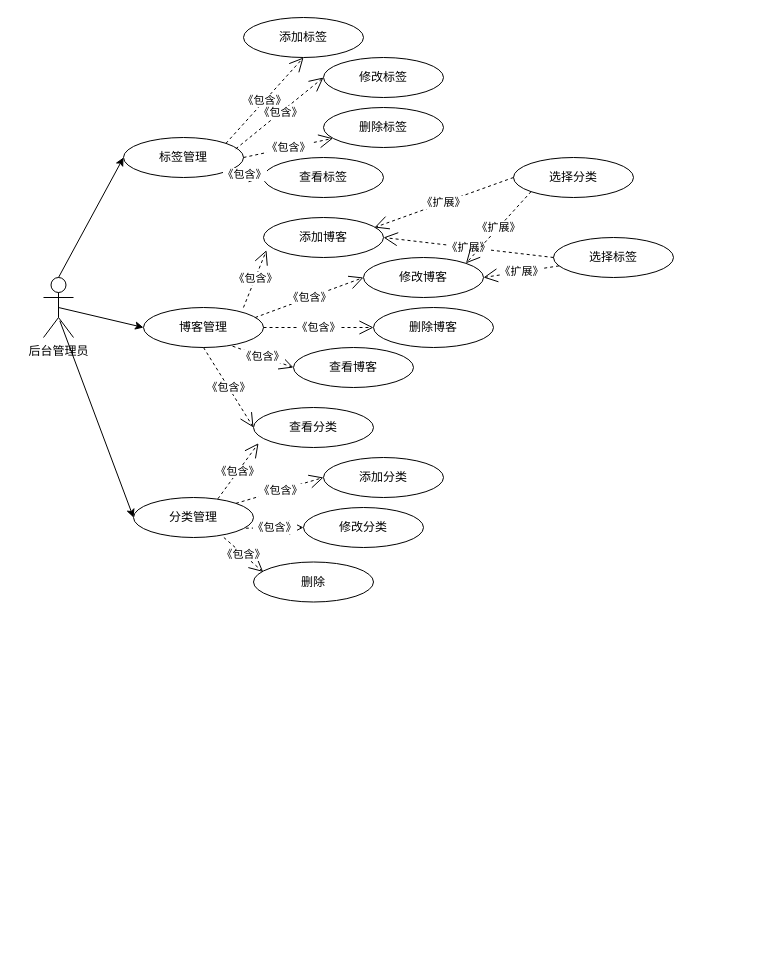
Before: 后台博客管理功能用例图.drawio in zyl-2000/draw, a draw.io diagram. Source tidied: cells renumbered, new cells numbered last; positions are measured from the earlier drawing's top-left corner, leaving out a move shared by most shapes. Both pictures are drawn from the tidied source at 100%, with x=0, y=0 at pixel (43, 17).
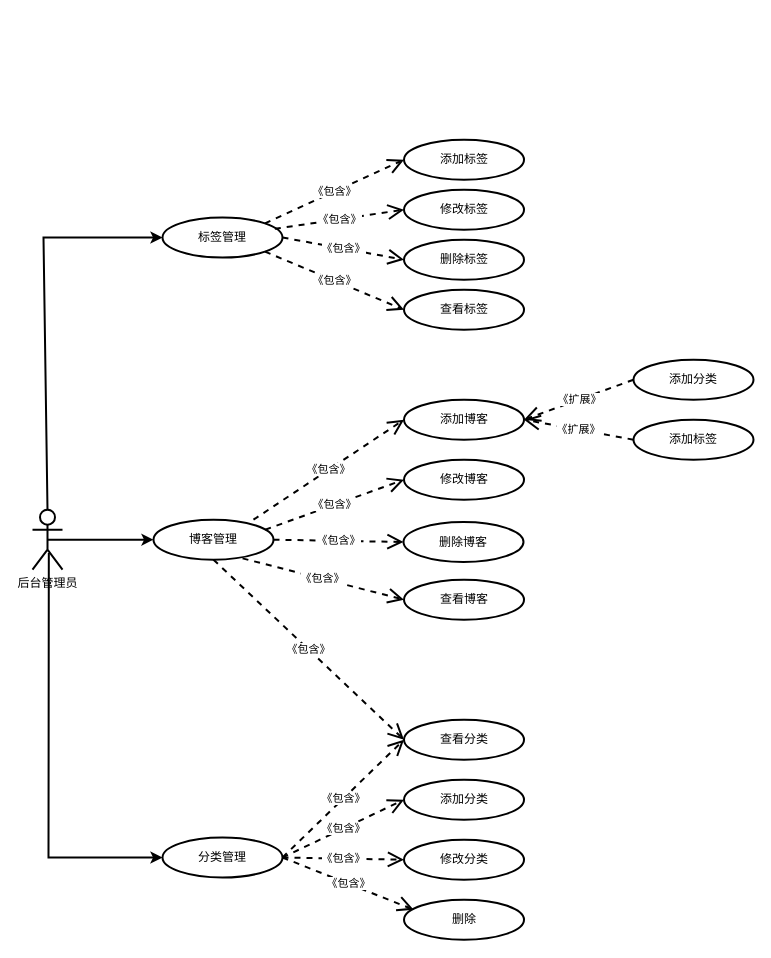
The same diagram, later.

Commit message:
更新后台博客管理功能用例图.drawio

The edit, as a diff of the source:
```diff
@@
-    <mxCell id="2" value="后台管理员" style="shape=umlActor;verticalLabelPosition=bottom;verticalAlign=top;html=1;" parent="1" vertex="1">
-      <mxGeometry y="260" width="30" height="60" as="geometry" />
+    <mxCell id="2" value="后台管理员" style="shape=umlActor;verticalLabelPosition=bottom;verticalAlign=top;html=1;strokeWidth=2;" parent="1" vertex="1">
+      <mxGeometry x="-11" y="492.2" width="30" height="60" as="geometry" />
     </mxCell>
-    <mxCell id="3" value="标签管理" style="ellipse;whiteSpace=wrap;html=1;" parent="1" vertex="1">
-      <mxGeometry x="80" y="120" width="120" height="40" as="geometry" />
+    <mxCell id="3" value="标签管理" style="ellipse;whiteSpace=wrap;html=1;strokeWidth=2;" parent="1" vertex="1">
+      <mxGeometry x="119" y="200" width="120" height="40" as="geometry" />
     </mxCell>
-    <mxCell id="4" value="分类管理" style="ellipse;whiteSpace=wrap;html=1;" parent="1" vertex="1">
-      <mxGeometry x="90" y="480" width="120" height="40" as="geometry" />
+    <mxCell id="4" value="分类管理" style="ellipse;whiteSpace=wrap;html=1;strokeWidth=2;" parent="1" vertex="1">
+      <mxGeometry x="119" y="820" width="120" height="40" as="geometry" />
     </mxCell>
-    <mxCell id="5" value="博客管理" style="ellipse;whiteSpace=wrap;html=1;" parent="1" vertex="1">
-      <mxGeometry x="100" y="290" width="120" height="40" as="geometry" />
+    <mxCell id="5" value="博客管理" style="ellipse;whiteSpace=wrap;html=1;strokeWidth=2;" parent="1" vertex="1">
+      <mxGeometry x="110" y="502.2" width="120" height="40" as="geometry" />
     </mxCell>
-    <mxCell id="6" value="删除标签" style="ellipse;whiteSpace=wrap;html=1;" parent="1" vertex="1">
-      <mxGeometry x="280" y="90" width="120" height="40" as="geometry" />
+    <mxCell id="6" value="删除标签" style="ellipse;whiteSpace=wrap;html=1;strokeWidth=2;" parent="1" vertex="1">
+      <mxGeometry x="360.5" y="222.2" width="120" height="40" as="geometry" />
     </mxCell>
-    <mxCell id="7" value="修改标签" style="ellipse;whiteSpace=wrap;html=1;" parent="1" vertex="1">
-      <mxGeometry x="280" y="40" width="120" height="40" as="geometry" />
+    <mxCell id="7" value="修改标签" style="ellipse;whiteSpace=wrap;html=1;strokeWidth=2;" parent="1" vertex="1">
+      <mxGeometry x="360.5" y="172.2" width="120" height="40" as="geometry" />
     </mxCell>
-    <mxCell id="8" value="添加标签" style="ellipse;whiteSpace=wrap;html=1;" parent="1" vertex="1">
-      <mxGeometry x="200" width="120" height="40" as="geometry" />
+    <mxCell id="8" value="添加标签" style="ellipse;whiteSpace=wrap;html=1;strokeWidth=2;" parent="1" vertex="1">
+      <mxGeometry x="360.5" y="122.2" width="120" height="40" as="geometry" />
     </mxCell>
-    <mxCell id="9" value="《包含》" style="endArrow=open;endSize=12;dashed=1;html=1;rounded=0;exitX=1;exitY=0;exitDx=0;exitDy=0;entryX=0.5;entryY=1;entryDx=0;entryDy=0;" parent="1" edge="1" source="3" target="8">
+    <mxCell id="9" value="《包含》" style="endArrow=open;endSize=12;dashed=1;html=1;rounded=0;exitX=1;exitY=0;exitDx=0;exitDy=0;entryX=0;entryY=0.5;entryDx=0;entryDy=0;strokeWidth=2;" parent="1" edge="1" source="3" target="8">
       <mxGeometry relative="1" as="geometry" />
     </mxCell>
-    <mxCell id="10" value="《包含》" style="endArrow=open;endSize=12;dashed=1;html=1;rounded=0;exitX=0.936;exitY=0.283;exitDx=0;exitDy=0;entryX=0;entryY=0.5;entryDx=0;entryDy=0;exitPerimeter=0;" parent="1" edge="1" source="3" target="7">
+    <mxCell id="10" value="《包含》" style="endArrow=open;endSize=12;dashed=1;html=1;rounded=0;exitX=0.936;exitY=0.283;exitDx=0;exitDy=0;entryX=0;entryY=0.5;entryDx=0;entryDy=0;exitPerimeter=0;strokeWidth=2;" parent="1" edge="1" source="3" target="7">
       <mxGeometry relative="1" as="geometry" />
     </mxCell>
-    <mxCell id="11" value="《包含》" style="endArrow=open;endSize=12;dashed=1;html=1;rounded=0;exitX=1;exitY=0.5;exitDx=0;exitDy=0;" parent="1" edge="1" source="3" target="6">
+    <mxCell id="11" value="《包含》" style="endArrow=open;endSize=12;dashed=1;html=1;rounded=0;exitX=1;exitY=0.5;exitDx=0;exitDy=0;entryX=0;entryY=0.5;entryDx=0;entryDy=0;strokeWidth=2;" parent="1" edge="1" source="3" target="6">
       <mxGeometry relative="1" as="geometry" />
     </mxCell>
-    <mxCell id="12" value="添加博客" style="ellipse;whiteSpace=wrap;html=1;" parent="1" vertex="1">
-      <mxGeometry x="220" y="200" width="120" height="40" as="geometry" />
+    <mxCell id="12" value="添加博客" style="ellipse;whiteSpace=wrap;html=1;strokeWidth=2;" parent="1" vertex="1">
+      <mxGeometry x="360.5" y="382.2" width="120" height="40" as="geometry" />
     </mxCell>
-    <mxCell id="13" value="修改博客" style="ellipse;whiteSpace=wrap;html=1;" parent="1" vertex="1">
-      <mxGeometry x="320" y="240" width="120" height="40" as="geometry" />
+    <mxCell id="13" value="修改博客" style="ellipse;whiteSpace=wrap;html=1;strokeWidth=2;" parent="1" vertex="1">
+      <mxGeometry x="360.5" y="442.2" width="120" height="40" as="geometry" />
     </mxCell>
-    <mxCell id="14" value="删除博客" style="ellipse;whiteSpace=wrap;html=1;" parent="1" vertex="1">
-      <mxGeometry x="330" y="290" width="120" height="40" as="geometry" />
+    <mxCell id="14" value="删除博客" style="ellipse;whiteSpace=wrap;html=1;strokeWidth=2;" parent="1" vertex="1">
+      <mxGeometry x="360" y="504.5" width="120" height="40" as="geometry" />
     </mxCell>
-    <mxCell id="15" value="查看分类" style="ellipse;whiteSpace=wrap;html=1;" parent="1" vertex="1">
-      <mxGeometry x="210" y="390" width="120" height="40" as="geometry" />
+    <mxCell id="15" value="查看分类" style="ellipse;whiteSpace=wrap;html=1;strokeWidth=2;" parent="1" vertex="1">
+      <mxGeometry x="360.5" y="702.2" width="120" height="40" as="geometry" />
     </mxCell>
-    <mxCell id="16" value="添加分类" style="ellipse;whiteSpace=wrap;html=1;" parent="1" vertex="1">
-      <mxGeometry x="280" y="440" width="120" height="40" as="geometry" />
+    <mxCell id="16" value="添加分类" style="ellipse;whiteSpace=wrap;html=1;strokeWidth=2;" parent="1" vertex="1">
+      <mxGeometry x="360.5" y="762.2" width="120" height="40" as="geometry" />
     </mxCell>
-    <mxCell id="17" value="修改分类" style="ellipse;whiteSpace=wrap;html=1;" parent="1" vertex="1">
-      <mxGeometry x="260" y="490" width="120" height="40" as="geometry" />
+    <mxCell id="17" value="修改分类" style="ellipse;whiteSpace=wrap;html=1;strokeWidth=2;" parent="1" vertex="1">
+      <mxGeometry x="360.5" y="822.2" width="120" height="40" as="geometry" />
     </mxCell>
-    <mxCell id="18" value="删除" style="ellipse;whiteSpace=wrap;html=1;" parent="1" vertex="1">
-      <mxGeometry x="210" y="544.5" width="120" height="40" as="geometry" />
+    <mxCell id="18" value="删除" style="ellipse;whiteSpace=wrap;html=1;strokeWidth=2;" parent="1" vertex="1">
+      <mxGeometry x="360.5" y="882.2" width="120" height="40" as="geometry" />
     </mxCell>
-    <mxCell id="19" value="查看标签" style="ellipse;whiteSpace=wrap;html=1;" parent="1" vertex="1">
-      <mxGeometry x="220" y="140" width="120" height="40" as="geometry" />
+    <mxCell id="19" value="查看标签" style="ellipse;whiteSpace=wrap;html=1;strokeWidth=2;" parent="1" vertex="1">
+      <mxGeometry x="360.5" y="272.2" width="120" height="40" as="geometry" />
     </mxCell>
-    <mxCell id="20" value="《包含》" style="endArrow=open;endSize=12;dashed=1;html=1;rounded=0;exitX=1;exitY=1;exitDx=0;exitDy=0;entryX=0;entryY=0.5;entryDx=0;entryDy=0;" parent="1" edge="1" source="3" target="19">
+    <mxCell id="20" value="《包含》" style="endArrow=open;endSize=12;dashed=1;html=1;rounded=0;exitX=1;exitY=1;exitDx=0;exitDy=0;entryX=0;entryY=0.5;entryDx=0;entryDy=0;strokeWidth=2;" parent="1" edge="1" source="3" target="19">
       <mxGeometry relative="1" as="geometry" />
     </mxCell>
-    <mxCell id="21" value="查看博客" style="ellipse;whiteSpace=wrap;html=1;" parent="1" vertex="1">
-      <mxGeometry x="250" y="330" width="120" height="40" as="geometry" />
+    <mxCell id="21" value="查看博客" style="ellipse;whiteSpace=wrap;html=1;strokeWidth=2;" parent="1" vertex="1">
+      <mxGeometry x="360.5" y="562.2" width="120" height="40" as="geometry" />
     </mxCell>
-    <mxCell id="22" value="《包含》" style="endArrow=open;endSize=12;dashed=1;html=1;rounded=0;exitX=0.833;exitY=0;exitDx=0;exitDy=0;entryX=0.025;entryY=0.817;entryDx=0;entryDy=0;entryPerimeter=0;exitPerimeter=0;" parent="1" edge="1" source="5" target="12">
+    <mxCell id="22" value="《包含》" style="endArrow=open;endSize=12;dashed=1;html=1;rounded=0;exitX=0.833;exitY=0;exitDx=0;exitDy=0;entryX=0;entryY=0.5;entryDx=0;entryDy=0;exitPerimeter=0;strokeWidth=2;" parent="1" edge="1" source="5" target="12">
       <mxGeometry relative="1" as="geometry" />
     </mxCell>
-    <mxCell id="23" value="《包含》" style="endArrow=open;endSize=12;dashed=1;html=1;rounded=0;exitX=0.931;exitY=0.25;exitDx=0;exitDy=0;entryX=0;entryY=0.5;entryDx=0;entryDy=0;exitPerimeter=0;" parent="1" edge="1" source="5" target="13">
+    <mxCell id="23" value="《包含》" style="endArrow=open;endSize=12;dashed=1;html=1;rounded=0;exitX=0.931;exitY=0.25;exitDx=0;exitDy=0;entryX=0;entryY=0.5;entryDx=0;entryDy=0;exitPerimeter=0;strokeWidth=2;" parent="1" edge="1" source="5" target="13">
       <mxGeometry relative="1" as="geometry" />
     </mxCell>
-    <mxCell id="24" value="《包含》" style="endArrow=open;endSize=12;dashed=1;html=1;rounded=0;entryX=0;entryY=0.5;entryDx=0;entryDy=0;exitX=1;exitY=0.5;exitDx=0;exitDy=0;" parent="1" edge="1" source="5" target="14">
+    <mxCell id="24" value="《包含》" style="endArrow=open;endSize=12;dashed=1;html=1;rounded=0;entryX=0;entryY=0.5;entryDx=0;entryDy=0;exitX=1;exitY=0.5;exitDx=0;exitDy=0;strokeWidth=2;" parent="1" edge="1" source="5" target="14">
       <mxGeometry relative="1" as="geometry" />
     </mxCell>
-    <mxCell id="25" value="《包含》" style="endArrow=open;endSize=12;dashed=1;html=1;rounded=0;exitX=0.742;exitY=0.967;exitDx=0;exitDy=0;entryX=0;entryY=0.5;entryDx=0;entryDy=0;exitPerimeter=0;" parent="1" edge="1" source="5" target="21">
+    <mxCell id="25" value="《包含》" style="endArrow=open;endSize=12;dashed=1;html=1;rounded=0;exitX=0.742;exitY=0.967;exitDx=0;exitDy=0;entryX=0;entryY=0.5;entryDx=0;entryDy=0;exitPerimeter=0;strokeWidth=2;" parent="1" edge="1" source="5" target="21">
       <mxGeometry relative="1" as="geometry" />
     </mxCell>
-    <mxCell id="26" value="《包含》" style="endArrow=open;endSize=12;dashed=1;html=1;rounded=0;exitX=0.5;exitY=1;exitDx=0;exitDy=0;entryX=0;entryY=0.5;entryDx=0;entryDy=0;" parent="1" edge="1" source="5" target="15">
+    <mxCell id="26" value="《包含》" style="endArrow=open;endSize=12;dashed=1;html=1;rounded=0;exitX=0.5;exitY=1;exitDx=0;exitDy=0;entryX=0;entryY=0.5;entryDx=0;entryDy=0;strokeWidth=2;" parent="1" edge="1" source="5" target="15">
       <mxGeometry relative="1" as="geometry" />
     </mxCell>
-    <mxCell id="27" value="《包含》" style="endArrow=open;endSize=12;dashed=1;html=1;rounded=0;exitX=0.753;exitY=1;exitDx=0;exitDy=0;entryX=0.081;entryY=0.25;entryDx=0;entryDy=0;entryPerimeter=0;exitPerimeter=0;" parent="1" edge="1" source="4" target="18">
+    <mxCell id="27" value="《包含》" style="endArrow=open;endSize=12;dashed=1;html=1;rounded=0;exitX=1;exitY=0.5;exitDx=0;exitDy=0;entryX=0.081;entryY=0.25;entryDx=0;entryDy=0;entryPerimeter=0;strokeWidth=2;" parent="1" edge="1" source="4" target="18">
       <mxGeometry relative="1" as="geometry" />
     </mxCell>
-    <mxCell id="28" value="《包含》" style="endArrow=open;endSize=12;dashed=1;html=1;rounded=0;exitX=0.936;exitY=0.767;exitDx=0;exitDy=0;entryX=0;entryY=0.5;entryDx=0;entryDy=0;exitPerimeter=0;" parent="1" edge="1" source="4" target="17">
+    <mxCell id="28" value="《包含》" style="endArrow=open;endSize=12;dashed=1;html=1;rounded=0;exitX=1;exitY=0.5;exitDx=0;exitDy=0;entryX=0;entryY=0.5;entryDx=0;entryDy=0;strokeWidth=2;" parent="1" edge="1" source="4" target="17">
       <mxGeometry relative="1" as="geometry" />
     </mxCell>
-    <mxCell id="29" value="《包含》" style="endArrow=open;endSize=12;dashed=1;html=1;rounded=0;exitX=1;exitY=0;exitDx=0;exitDy=0;entryX=0;entryY=0.5;entryDx=0;entryDy=0;" parent="1" edge="1" source="4" target="16">
+    <mxCell id="29" value="《包含》" style="endArrow=open;endSize=12;dashed=1;html=1;rounded=0;exitX=1;exitY=0.5;exitDx=0;exitDy=0;entryX=0;entryY=0.5;entryDx=0;entryDy=0;strokeWidth=2;" parent="1" edge="1" source="4" target="16">
       <mxGeometry relative="1" as="geometry" />
     </mxCell>
-    <mxCell id="30" value="《包含》" style="endArrow=open;endSize=12;dashed=1;html=1;rounded=0;exitX=0.703;exitY=0.033;exitDx=0;exitDy=0;entryX=0.042;entryY=0.892;entryDx=0;entryDy=0;entryPerimeter=0;exitPerimeter=0;" parent="1" edge="1" source="4" target="15">
+    <mxCell id="30" value="《包含》" style="endArrow=open;endSize=12;dashed=1;html=1;rounded=0;exitX=1;exitY=0.5;exitDx=0;exitDy=0;entryX=0;entryY=0.5;entryDx=0;entryDy=0;strokeWidth=2;" parent="1" edge="1" source="4" target="15">
       <mxGeometry relative="1" as="geometry" />
     </mxCell>
-    <mxCell id="31" value="选择标签" style="ellipse;whiteSpace=wrap;html=1;" parent="1" vertex="1">
-      <mxGeometry x="510" y="220" width="120" height="40" as="geometry" />
+    <mxCell id="31" value="添加标签" style="ellipse;whiteSpace=wrap;html=1;strokeWidth=2;" parent="1" vertex="1">
+      <mxGeometry x="590" y="402.2" width="120" height="40" as="geometry" />
     </mxCell>
-    <mxCell id="32" value="选择分类" style="ellipse;whiteSpace=wrap;html=1;" parent="1" vertex="1">
-      <mxGeometry x="470" y="140" width="120" height="40" as="geometry" />
+    <mxCell id="32" value="添加分类" style="ellipse;whiteSpace=wrap;html=1;strokeWidth=2;" parent="1" vertex="1">
+      <mxGeometry x="590" y="342.2" width="120" height="40" as="geometry" />
     </mxCell>
-    <mxCell id="33" value="《扩展》" style="endArrow=open;endSize=12;dashed=1;html=1;rounded=0;exitX=0;exitY=0.5;exitDx=0;exitDy=0;entryX=0.925;entryY=0.25;entryDx=0;entryDy=0;entryPerimeter=0;" parent="1" edge="1" source="32" target="12">
+    <mxCell id="33" value="《扩展》" style="endArrow=open;endSize=12;dashed=1;html=1;rounded=0;exitX=0;exitY=0.5;exitDx=0;exitDy=0;entryX=1;entryY=0.5;entryDx=0;entryDy=0;strokeWidth=2;" parent="1" edge="1" source="32" target="12">
       <mxGeometry relative="1" as="geometry" />
     </mxCell>
-    <mxCell id="34" value="《扩展》" style="endArrow=open;endSize=12;dashed=1;html=1;rounded=0;exitX=0;exitY=0.5;exitDx=0;exitDy=0;entryX=1;entryY=0.5;entryDx=0;entryDy=0;" parent="1" edge="1" source="31" target="12">
+    <mxCell id="34" value="《扩展》" style="endArrow=open;endSize=12;dashed=1;html=1;rounded=0;exitX=0;exitY=0.5;exitDx=0;exitDy=0;entryX=1;entryY=0.5;entryDx=0;entryDy=0;strokeWidth=2;" parent="1" edge="1" source="31" target="12">
       <mxGeometry relative="1" as="geometry" />
     </mxCell>
-    <mxCell id="35" value="《扩展》" style="endArrow=open;endSize=12;dashed=1;html=1;rounded=0;entryX=1;entryY=0.5;entryDx=0;entryDy=0;" parent="1" edge="1" source="31" target="13">
-      <mxGeometry relative="1" as="geometry" />
-    </mxCell>
-    <mxCell id="36" value="《扩展》" style="endArrow=open;endSize=12;dashed=1;html=1;rounded=0;exitX=0;exitY=1;exitDx=0;exitDy=0;entryX=1;entryY=0;entryDx=0;entryDy=0;" parent="1" edge="1" source="32" target="13">
-      <mxGeometry relative="1" as="geometry" />
-    </mxCell>
-    <mxCell id="37" style="endArrow=classic;html=1;rounded=0;entryX=0;entryY=0.5;entryDx=0;entryDy=0;exitX=0.5;exitY=0;exitDx=0;exitDy=0;exitPerimeter=0;" parent="1" edge="1" source="2" target="3">
-      <mxGeometry relative="1" as="geometry" />
+    <mxCell id="37" style="endArrow=classic;html=1;rounded=0;entryX=0;entryY=0.5;entryDx=0;entryDy=0;exitX=0.5;exitY=0;exitDx=0;exitDy=0;exitPerimeter=0;strokeWidth=2;" parent="1" edge="1" source="2" target="3">
+      <mxGeometry relative="1" as="geometry">
+        <Array as="points">
+          <mxPoint y="220" />
+        </Array>
+      </mxGeometry>
     </mxCell>
-    <mxCell id="38" style="endArrow=classic;html=1;rounded=0;entryX=0;entryY=0.5;entryDx=0;entryDy=0;exitX=0.544;exitY=0.722;exitDx=0;exitDy=0;exitPerimeter=0;" parent="1" edge="1" source="2" target="4">
-      <mxGeometry relative="1" as="geometry" />
+    <mxCell id="38" style="endArrow=classic;html=1;rounded=0;entryX=0;entryY=0.5;entryDx=0;entryDy=0;exitX=0.544;exitY=0.722;exitDx=0;exitDy=0;exitPerimeter=0;strokeWidth=2;" parent="1" edge="1" source="2" target="4">
+      <mxGeometry relative="1" as="geometry">
+        <Array as="points">
+          <mxPoint x="5" y="840" />
+        </Array>
+      </mxGeometry>
     </mxCell>
-    <mxCell id="39" style="endArrow=classic;html=1;rounded=0;entryX=0;entryY=0.5;entryDx=0;entryDy=0;exitX=0.5;exitY=0.5;exitDx=0;exitDy=0;exitPerimeter=0;" parent="1" edge="1" source="2" target="5">
+    <mxCell id="39" style="endArrow=classic;html=1;rounded=0;entryX=0;entryY=0.5;entryDx=0;entryDy=0;exitX=0.5;exitY=0.5;exitDx=0;exitDy=0;exitPerimeter=0;strokeWidth=2;" parent="1" edge="1" source="2" target="5">
       <mxGeometry relative="1" as="geometry" />
     </mxCell>
```
